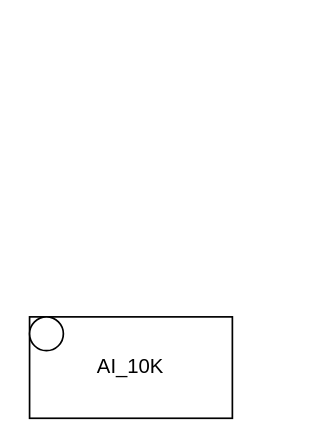
Broad-Side/FT-Draw keeps this draw.io diagram as drawioTemplates/devices/AI_10K.drawio. Above is the earlier version. Source tidied: cells renumbered, new cells numbered last; positions are measured from the earlier drawing's top-left corner, leaving out a move shared by most shapes. Both pictures are drawn from the tidied source at 169%, with x=0, y=0 at pixel (29, 316).
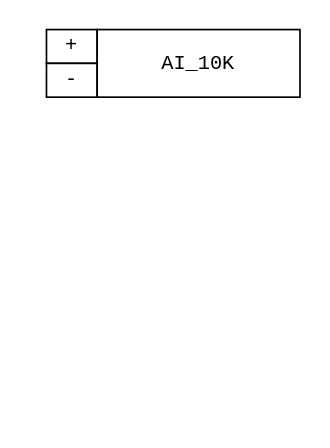
After the change.

The edit, as a diff of the source:
```diff
@@
 <mxGraphModel>
   <root>
     <mxCell id="0" />
     <mxCell id="1" parent="0" />
+    <mxCell id="4" style="group;" parent="1" vertex="1">
+      <mxGeometry x="10" y="-170" width="150" height="40" as="geometry" />
+    </mxCell>
+    <mxCell id="3" value="+" style="rounded=0;whiteSpace=wrap;html=1;fontFamily=Courier New;" parent="4" vertex="1">
+      <mxGeometry width="30" height="20" as="geometry" />
+    </mxCell>
+    <mxCell id="5" value="-" style="rounded=0;whiteSpace=wrap;html=1;fontFamily=Courier New;" parent="4" vertex="1">
+      <mxGeometry y="20" width="30" height="20" as="geometry" />
+    </mxCell>
-    <mxCell id="2" value="AI_10K" style="rounded=0;whiteSpace=wrap;html=1;" parent="1" vertex="1">
-      <mxGeometry width="120" height="60" as="geometry" />
+    <mxCell id="2" value="&lt;span style=&quot;font-family: &amp;quot;Courier New&amp;quot;;&quot;&gt;AI_10K&lt;/span&gt;" style="rounded=0;whiteSpace=wrap;html=1;" parent="4" vertex="1">
+      <mxGeometry x="30" width="120" height="40" as="geometry" />
     </mxCell>
-    <mxCell id="3" style="ellipse;whiteSpace=wrap;html=1;shapeInside=1;" parent="1" vertex="1">
-      <mxGeometry width="20" height="20" as="geometry" />
-    </mxCell>
   </root>
 </mxGraphModel>
```
